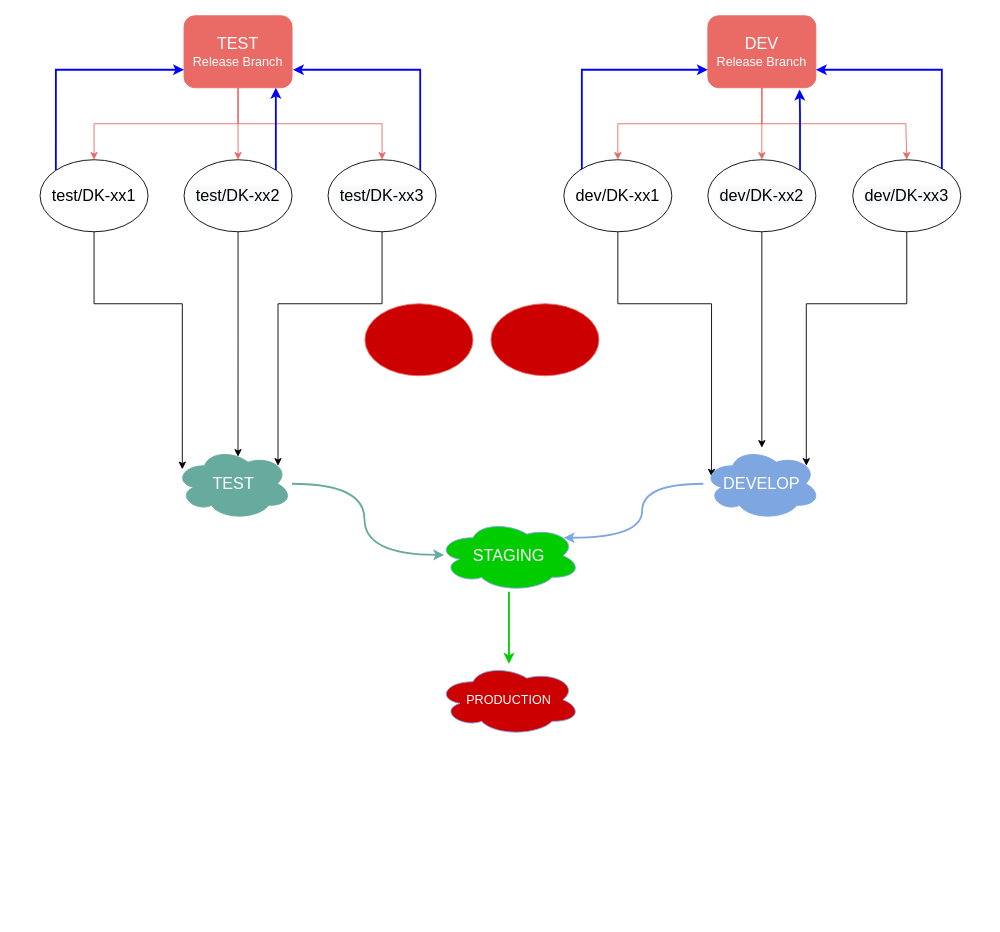
Before: Untitled Diagram.drawio in Yangsou/blogNT, a draw.io diagram. Source tidied: cells renumbered, new cells numbered last; positions are measured from the earlier drawing's top-left corner, leaving out a move shared by most shapes. Both pictures are drawn from the tidied source at 90%, with x=0, y=0 at pixel (40, 15).
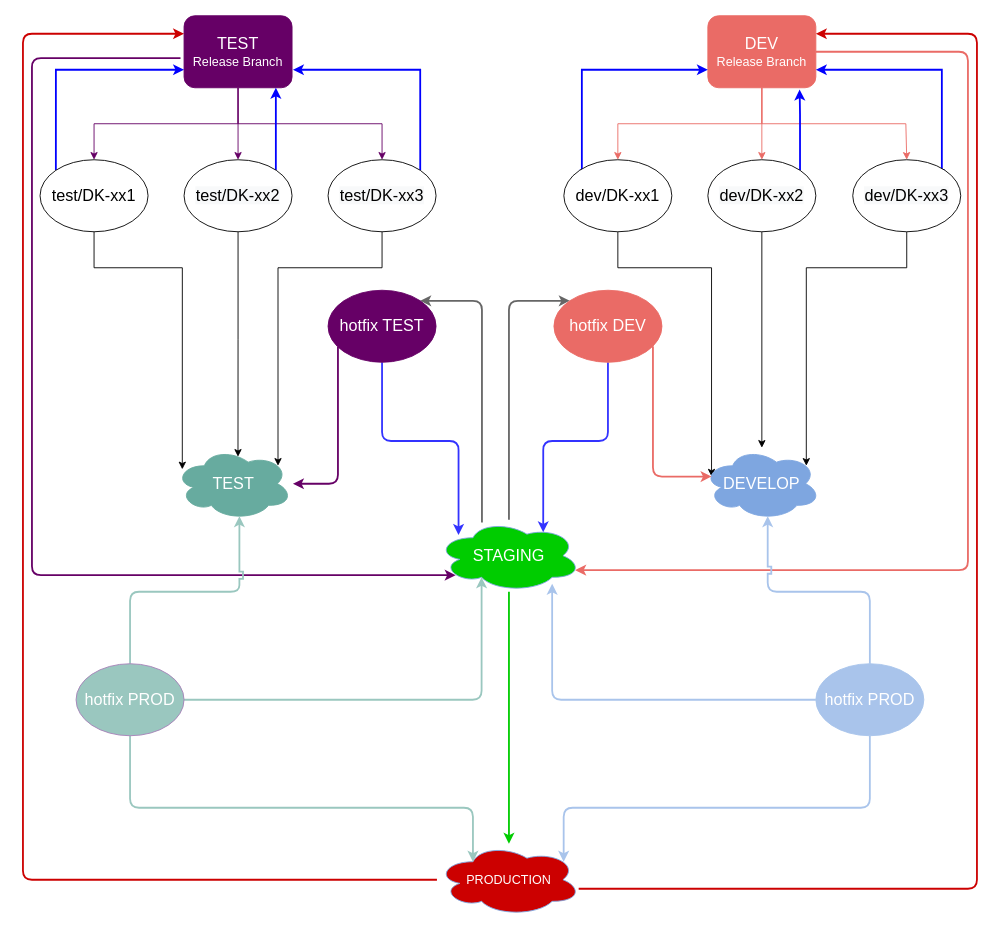
The same diagram, later.

Commit message (it also covers changes not shown here):
Git Flow

The change refers to these unchanged cells:
```xml
<mxCell id="5" value="&lt;font color=&quot;#ffffff&quot;&gt;&lt;span style=&quot;font-size: 18px&quot;&gt;DEV&lt;/span&gt;&lt;br&gt;&lt;font style=&quot;font-size: 14px&quot;&gt;Release Branch&lt;/font&gt;&lt;/font&gt;" style="rounded=1;whiteSpace=wrap;html=1;fillColor=#EA6B66;strokeColor=#EA6B66;" parent="1" vertex="1">
  <mxGeometry x="742" width="120" height="80" as="geometry" />
</mxCell>
<mxCell id="12" value="&lt;font style=&quot;font-size: 18px&quot;&gt;test/DK-xx1&lt;/font&gt;" style="ellipse;whiteSpace=wrap;html=1;" parent="1" vertex="1">
  <mxGeometry y="160" width="120" height="80" as="geometry" />
</mxCell>
<mxCell id="15" value="&lt;span style=&quot;color: rgb(0 , 0 , 0) ; font-family: &amp;#34;helvetica&amp;#34; ; font-size: 18px ; font-style: normal ; font-weight: 400 ; letter-spacing: normal ; text-align: center ; text-indent: 0px ; text-transform: none ; word-spacing: 0px ; background-color: rgb(248 , 249 , 250) ; display: inline ; float: none&quot;&gt;test/DK-xx2&lt;/span&gt;" style="ellipse;whiteSpace=wrap;html=1;" parent="1" vertex="1">
  <mxGeometry x="160" y="160" width="120" height="80" as="geometry" />
</mxCell>
<mxCell id="18" value="&lt;span style=&quot;color: rgb(0 , 0 , 0) ; font-family: &amp;#34;helvetica&amp;#34; ; font-size: 18px ; font-style: normal ; font-weight: 400 ; letter-spacing: normal ; text-align: center ; text-indent: 0px ; text-transform: none ; word-spacing: 0px ; background-color: rgb(248 , 249 , 250) ; display: inline ; float: none&quot;&gt;test/DK-xx3&lt;/span&gt;" style="ellipse;whiteSpace=wrap;html=1;" parent="1" vertex="1">
  <mxGeometry x="320" y="160" width="120" height="80" as="geometry" />
</mxCell>
<mxCell id="21" value="&lt;span style=&quot;color: rgb(0 , 0 , 0) ; font-family: &amp;#34;helvetica&amp;#34; ; font-size: 18px ; font-style: normal ; font-weight: 400 ; letter-spacing: normal ; text-align: center ; text-indent: 0px ; text-transform: none ; word-spacing: 0px ; background-color: rgb(248 , 249 , 250) ; display: inline ; float: none&quot;&gt;dev/DK-xx3&lt;/span&gt;" style="ellipse;whiteSpace=wrap;html=1;" parent="1" vertex="1">
  <mxGeometry x="903" y="160" width="120" height="80" as="geometry" />
</mxCell>
<mxCell id="24" value="&lt;font style=&quot;font-size: 18px&quot;&gt;dev/DK-xx1&lt;/font&gt;" style="ellipse;whiteSpace=wrap;html=1;" parent="1" vertex="1">
  <mxGeometry x="582" y="160" width="120" height="80" as="geometry" />
</mxCell>
<mxCell id="29" value="&lt;font style=&quot;font-size: 18px&quot; color=&quot;#ffffff&quot;&gt;TEST&lt;/font&gt;" style="ellipse;shape=cloud;whiteSpace=wrap;html=1;fillColor=#67AB9F;strokeColor=#67AB9F;" parent="1" vertex="1">
  <mxGeometry x="150" y="480" width="130" height="80" as="geometry" />
</mxCell>
<mxCell id="31" value="&lt;font color=&quot;#ffffff&quot;&gt;&lt;span style=&quot;font-size: 18px&quot;&gt;DEVELOP&lt;/span&gt;&lt;/font&gt;" style="ellipse;shape=cloud;whiteSpace=wrap;html=1;fillColor=#7EA6E0;strokeColor=#7EA6E0;" parent="1" vertex="1">
  <mxGeometry x="737" y="480" width="130" height="80" as="geometry" />
</mxCell>
<mxCell id="33" value="&lt;font style=&quot;font-size: 18px&quot; color=&quot;#ffffff&quot;&gt;STAGING&lt;/font&gt;" style="ellipse;shape=cloud;whiteSpace=wrap;html=1;strokeColor=#7EA6E0;fillColor=#00CC00;" parent="1" vertex="1">
  <mxGeometry x="441" y="560" width="160" height="80" as="geometry" />
</mxCell>
```

Change to the diagram source:
```diff
@@
-    <mxCell id="6" style="edgeStyle=orthogonalEdgeStyle;rounded=0;jettySize=auto;html=1;exitX=0.5;exitY=1;exitDx=0;exitDy=0;entryX=0.5;entryY=0;entryDx=0;entryDy=0;strokeColor=#EA6B66;" parent="1" edge="1" source="9" target="12">
+    <mxCell id="6" style="edgeStyle=orthogonalEdgeStyle;rounded=0;jettySize=auto;html=1;exitX=0.5;exitY=1;exitDx=0;exitDy=0;entryX=0.5;entryY=0;entryDx=0;entryDy=0;strokeColor=#660066;" parent="1" edge="1" source="9" target="12">
       <mxGeometry relative="1" as="geometry" />
     </mxCell>
-    <mxCell id="7" style="edgeStyle=orthogonalEdgeStyle;rounded=0;jettySize=auto;html=1;strokeColor=#EA6B66;" parent="1" edge="1" source="9" target="15">
+    <mxCell id="7" style="edgeStyle=orthogonalEdgeStyle;rounded=0;jettySize=auto;html=1;strokeColor=#660066;" parent="1" edge="1" source="9" target="15">
       <mxGeometry relative="1" as="geometry" />
     </mxCell>
-    <mxCell id="8" style="edgeStyle=orthogonalEdgeStyle;rounded=0;jettySize=auto;html=1;entryX=0.5;entryY=0;entryDx=0;entryDy=0;exitX=0.5;exitY=1;exitDx=0;exitDy=0;strokeColor=#EA6B66;" parent="1" edge="1" source="9" target="18">
+    <mxCell id="8" style="edgeStyle=orthogonalEdgeStyle;rounded=0;jettySize=auto;html=1;entryX=0.5;entryY=0;entryDx=0;entryDy=0;exitX=0.5;exitY=1;exitDx=0;exitDy=0;strokeColor=#660066;" parent="1" edge="1" source="9" target="18">
       <mxGeometry relative="1" as="geometry">
         <Array as="points">
           <mxPoint x="220" y="120" />
           <mxPoint x="380" y="120" />
         </Array>
       </mxGeometry>
     </mxCell>
-    <mxCell id="9" value="&lt;font color=&quot;#ffffff&quot;&gt;&lt;font&gt;&lt;span style=&quot;font-size: 18px&quot;&gt;TEST&lt;br&gt;&lt;/span&gt;&lt;/font&gt;&lt;font style=&quot;font-size: 14px&quot;&gt;Release Branch&lt;/font&gt;&lt;/font&gt;" style="rounded=1;whiteSpace=wrap;html=1;strokeColor=#EA6B66;fillColor=#EA6B66;" parent="1" vertex="1">
+    <mxCell id="9" value="&lt;font color=&quot;#ffffff&quot;&gt;&lt;font&gt;&lt;span style=&quot;font-size: 18px&quot;&gt;TEST&lt;br&gt;&lt;/span&gt;&lt;/font&gt;&lt;font style=&quot;font-size: 14px&quot;&gt;Release Branch&lt;/font&gt;&lt;/font&gt;" style="rounded=1;whiteSpace=wrap;html=1;fillColor=#660066;strokeColor=#660066;" parent="1" vertex="1">
       <mxGeometry x="160" width="120" height="80" as="geometry" />
     </mxCell>
     <mxCell id="10" style="edgeStyle=orthogonalEdgeStyle;rounded=0;jettySize=auto;html=1;entryX=0.062;entryY=0.3;entryDx=0;entryDy=0;entryPerimeter=0;" parent="1" edge="1" source="12" target="29">
       <mxGeometry relative="1" as="geometry">
         <Array as="points">
-          <mxPoint x="60" y="320" />
-          <mxPoint x="158" y="320" />
+          <mxPoint x="60" y="280" />
+          <mxPoint x="158" y="280" />
         </Array>
       </mxGeometry>
     </mxCell>
@@
     <mxCell id="16" style="edgeStyle=orthogonalEdgeStyle;rounded=0;jettySize=auto;html=1;entryX=0.88;entryY=0.25;entryDx=0;entryDy=0;entryPerimeter=0;" parent="1" edge="1" source="18" target="29">
       <mxGeometry relative="1" as="geometry">
         <Array as="points">
-          <mxPoint x="380" y="320" />
-          <mxPoint x="264" y="320" />
+          <mxPoint x="380" y="280" />
+          <mxPoint x="264" y="280" />
         </Array>
       </mxGeometry>
     </mxCell>
@@
     <mxCell id="19" style="edgeStyle=orthogonalEdgeStyle;rounded=0;jettySize=auto;html=1;entryX=0.88;entryY=0.25;entryDx=0;entryDy=0;entryPerimeter=0;" parent="1" edge="1" source="21" target="31">
       <mxGeometry relative="1" as="geometry">
         <Array as="points">
-          <mxPoint x="963" y="320" />
-          <mxPoint x="851" y="320" />
+          <mxPoint x="963" y="280" />
+          <mxPoint x="851" y="280" />
         </Array>
       </mxGeometry>
     </mxCell>
@@
     <mxCell id="22" style="edgeStyle=orthogonalEdgeStyle;rounded=0;jettySize=auto;html=1;entryX=0.07;entryY=0.4;entryDx=0;entryDy=0;entryPerimeter=0;" parent="1" edge="1" source="24" target="31">
       <mxGeometry relative="1" as="geometry">
         <Array as="points">
-          <mxPoint x="642" y="320" />
-          <mxPoint x="746" y="320" />
+          <mxPoint x="642" y="280" />
+          <mxPoint x="746" y="280" />
         </Array>
       </mxGeometry>
     </mxCell>
-    <mxCell id="23" style="edgeStyle=orthogonalEdgeStyle;rounded=0;jettySize=auto;html=1;exitX=0;exitY=0;exitDx=0;exitDy=0;strokeColor=#0000FF;strokeWidth=2;fillColor=#0000CC;" parent="1" edge="1" source="24">
+    <mxCell id="23" style="edgeStyle=orthogonalEdgeStyle;rounded=0;jettySize=auto;html=1;exitX=0;exitY=0;exitDx=0;exitDy=0;strokeColor=#0000FF;strokeWidth=2;fillColor=#0000CC;jumpStyle=sharp;labelBorderColor=none;" parent="1" edge="1" source="24">
       <mxGeometry relative="1" as="geometry">
         <mxPoint x="742" y="60" as="targetPoint" />
         <Array as="points">
           <mxPoint x="602" y="172" />
           <mxPoint x="602" y="60" />
           <mxPoint x="742" y="60" />
         </Array>
       </mxGeometry>
     </mxCell>
@@
-    <mxCell id="28" style="edgeStyle=orthogonalEdgeStyle;curved=1;jettySize=auto;html=1;entryX=0.05;entryY=0.488;entryDx=0;entryDy=0;entryPerimeter=0;strokeWidth=2;fillColor=#0000CC;strokeColor=#67AB9F;" parent="1" edge="1" source="29" target="33">
-      <mxGeometry relative="1" as="geometry" />
+    <mxCell id="28" style="edgeStyle=orthogonalEdgeStyle;jettySize=auto;html=1;entryX=0.13;entryY=0.77;entryDx=0;entryDy=0;entryPerimeter=0;strokeWidth=2;fillColor=#0000CC;exitX=-0.033;exitY=0.588;exitDx=0;exitDy=0;exitPerimeter=0;rounded=1;strokeColor=#660066;" parent="1" edge="1" source="9" target="33">
+      <mxGeometry relative="1" as="geometry">
+        <Array as="points">
+          <mxPoint x="-9" y="47" />
+          <mxPoint x="-9" y="622" />
+        </Array>
+      </mxGeometry>
     </mxCell>
@@
-    <mxCell id="30" style="edgeStyle=orthogonalEdgeStyle;curved=1;jettySize=auto;html=1;entryX=0.88;entryY=0.25;entryDx=0;entryDy=0;entryPerimeter=0;strokeWidth=2;fillColor=#0000CC;strokeColor=#7EA6E0;" parent="1" edge="1" source="31" target="33">
-      <mxGeometry relative="1" as="geometry" />
-    </mxCell>
+    <mxCell id="37" style="edgeStyle=orthogonalEdgeStyle;rounded=1;jumpStyle=sharp;jettySize=auto;html=1;entryX=0.96;entryY=0.7;entryDx=0;entryDy=0;entryPerimeter=0;strokeWidth=2;fillColor=#0000CC;exitX=1;exitY=0.5;exitDx=0;exitDy=0;strokeColor=#EA6B66;" parent="1" edge="1" source="5" target="33">
+      <mxGeometry relative="1" as="geometry">
+        <Array as="points">
+          <mxPoint x="1031" y="40" />
+          <mxPoint x="1031" y="616" />
+        </Array>
+      </mxGeometry>
+    </mxCell>
@@
+    <mxCell id="38" style="edgeStyle=orthogonalEdgeStyle;jettySize=auto;html=1;entryX=0;entryY=0;entryDx=0;entryDy=0;strokeWidth=2;fillColor=#0000CC;strokeColor=#666666;rounded=1;" parent="1" edge="1" source="33" target="35">
+      <mxGeometry relative="1" as="geometry">
+        <Array as="points">
+          <mxPoint x="521" y="317" />
+        </Array>
+      </mxGeometry>
+    </mxCell>
+    <mxCell id="39" style="edgeStyle=orthogonalEdgeStyle;jettySize=auto;html=1;entryX=1;entryY=0;entryDx=0;entryDy=0;strokeWidth=2;fillColor=#0000CC;strokeColor=#666666;rounded=1;" parent="1" edge="1" source="33" target="36">
+      <mxGeometry relative="1" as="geometry">
+        <Array as="points">
+          <mxPoint x="491" y="317" />
+        </Array>
+      </mxGeometry>
+    </mxCell>
@@
+    <mxCell id="40" style="edgeStyle=orthogonalEdgeStyle;rounded=1;jumpStyle=sharp;jettySize=auto;html=1;entryX=1;entryY=0.25;entryDx=0;entryDy=0;strokeWidth=2;fillColor=#0000CC;strokeColor=#CC0000;" parent="1" edge="1" source="34" target="5">
+      <mxGeometry relative="1" as="geometry">
+        <Array as="points">
+          <mxPoint x="1041" y="970" />
+          <mxPoint x="1041" y="20" />
+        </Array>
+      </mxGeometry>
+    </mxCell>
+    <mxCell id="41" style="edgeStyle=orthogonalEdgeStyle;rounded=1;jumpStyle=sharp;jettySize=auto;html=1;strokeWidth=2;fillColor=#0000CC;entryX=0;entryY=0.25;entryDx=0;entryDy=0;strokeColor=#CC0000;" parent="1" edge="1" source="34" target="9">
+      <mxGeometry relative="1" as="geometry">
+        <Array as="points">
+          <mxPoint x="-19" y="960" />
+          <mxPoint x="-19" y="20" />
+        </Array>
+      </mxGeometry>
+    </mxCell>
     <mxCell id="34" value="&lt;font style=&quot;font-size: 14px&quot; color=&quot;#ffffff&quot;&gt;PRODUCTION&lt;/font&gt;" style="ellipse;shape=cloud;whiteSpace=wrap;html=1;strokeColor=#7EA6E0;fillColor=#CC0000;" parent="1" vertex="1">
-      <mxGeometry x="441" y="720" width="160" height="80" as="geometry" />
+      <mxGeometry x="441" y="920" width="160" height="80" as="geometry" />
     </mxCell>
+    <mxCell id="42" style="edgeStyle=orthogonalEdgeStyle;jumpStyle=sharp;jettySize=auto;html=1;entryX=0.07;entryY=0.4;entryDx=0;entryDy=0;entryPerimeter=0;strokeWidth=2;fillColor=#0000CC;strokeColor=#EA6B66;rounded=1;" parent="1" edge="1" source="35" target="31">
+      <mxGeometry relative="1" as="geometry">
+        <Array as="points">
+          <mxPoint x="681" y="512" />
+        </Array>
+      </mxGeometry>
+    </mxCell>
+    <mxCell id="43" style="edgeStyle=orthogonalEdgeStyle;jumpStyle=sharp;jettySize=auto;html=1;exitX=0.5;exitY=1;exitDx=0;exitDy=0;entryX=0.738;entryY=0.175;entryDx=0;entryDy=0;entryPerimeter=0;strokeWidth=2;fillColor=#0000CC;strokeColor=#3333FF;rounded=1;" parent="1" edge="1" source="35" target="33">
+      <mxGeometry relative="1" as="geometry" />
+    </mxCell>
-    <mxCell id="35" style="ellipse;whiteSpace=wrap;html=1;strokeColor=#EA6B66;fillColor=#CC0000;" parent="1" vertex="1">
-      <mxGeometry x="501" y="320" width="120" height="80" as="geometry" />
+    <mxCell id="35" value="&lt;font style=&quot;font-size: 18px&quot; color=&quot;#ffffff&quot;&gt;hotfix DEV&lt;br&gt;&lt;/font&gt;" style="ellipse;whiteSpace=wrap;html=1;strokeColor=#EA6B66;fillColor=#EA6B66;" parent="1" vertex="1">
+      <mxGeometry x="571" y="305" width="120" height="80" as="geometry" />
     </mxCell>
+    <mxCell id="44" style="edgeStyle=orthogonalEdgeStyle;jumpStyle=sharp;jettySize=auto;html=1;strokeWidth=2;fillColor=#0000CC;strokeColor=#660066;rounded=1;" parent="1" edge="1" source="36">
+      <mxGeometry relative="1" as="geometry">
+        <mxPoint x="281" y="520" as="targetPoint" />
+        <Array as="points">
+          <mxPoint x="331" y="520" />
+        </Array>
+      </mxGeometry>
+    </mxCell>
+    <mxCell id="45" style="edgeStyle=orthogonalEdgeStyle;jumpStyle=sharp;jettySize=auto;html=1;entryX=0.15;entryY=0.213;entryDx=0;entryDy=0;entryPerimeter=0;strokeColor=#3333FF;strokeWidth=2;fillColor=#0000CC;rounded=1;exitX=0.5;exitY=1;exitDx=0;exitDy=0;" parent="1" edge="1" source="36" target="33">
+      <mxGeometry relative="1" as="geometry" />
+    </mxCell>
-    <mxCell id="36" style="ellipse;whiteSpace=wrap;html=1;strokeColor=#EA6B66;fillColor=#CC0000;" parent="1" vertex="1">
-      <mxGeometry x="361" y="320" width="120" height="80" as="geometry" />
+    <mxCell id="36" value="&lt;span style=&quot;color: rgb(255 , 255 , 255) ; font-family: &amp;#34;helvetica&amp;#34; ; font-size: 18px ; font-style: normal ; font-weight: 400 ; letter-spacing: normal ; text-align: center ; text-indent: 0px ; text-transform: none ; word-spacing: 0px ; display: inline ; float: none&quot;&gt;hotfix TEST&lt;/span&gt;" style="ellipse;whiteSpace=wrap;html=1;fillColor=#660066;strokeColor=#660066;" parent="1" vertex="1">
+      <mxGeometry x="320" y="305" width="120" height="80" as="geometry" />
     </mxCell>
+    <mxCell id="46" style="edgeStyle=orthogonalEdgeStyle;rounded=1;jumpStyle=sharp;jettySize=auto;html=1;entryX=0.55;entryY=0.95;entryDx=0;entryDy=0;entryPerimeter=0;strokeWidth=2;fillColor=#0000CC;strokeColor=#9AC7BF;" parent="1" edge="1" source="49" target="29">
+      <mxGeometry relative="1" as="geometry" />
+    </mxCell>
+    <mxCell id="47" style="edgeStyle=orthogonalEdgeStyle;rounded=1;jumpStyle=sharp;jettySize=auto;html=1;entryX=0.31;entryY=0.8;entryDx=0;entryDy=0;entryPerimeter=0;strokeWidth=2;fillColor=#0000CC;strokeColor=#9AC7BF;" parent="1" edge="1" source="49" target="33">
+      <mxGeometry relative="1" as="geometry" />
+    </mxCell>
+    <mxCell id="48" style="edgeStyle=orthogonalEdgeStyle;rounded=1;jumpStyle=sharp;jettySize=auto;html=1;entryX=0.25;entryY=0.25;entryDx=0;entryDy=0;entryPerimeter=0;strokeWidth=2;fillColor=#0000CC;strokeColor=#9AC7BF;" parent="1" edge="1" source="49" target="34">
+      <mxGeometry relative="1" as="geometry">
+        <Array as="points">
+          <mxPoint x="100" y="880" />
+          <mxPoint x="481" y="880" />
+        </Array>
+      </mxGeometry>
+    </mxCell>
+    <mxCell id="49" value="&lt;font style=&quot;font-size: 18px&quot; color=&quot;#ffffff&quot;&gt;hotfix PROD&lt;/font&gt;" style="ellipse;whiteSpace=wrap;html=1;strokeColor=#A680B8;fillColor=#9AC7BF;" parent="1" vertex="1">
+      <mxGeometry x="40" y="720" width="120" height="80" as="geometry" />
+    </mxCell>
+    <mxCell id="50" style="edgeStyle=orthogonalEdgeStyle;rounded=1;jumpStyle=sharp;jettySize=auto;html=1;entryX=0.55;entryY=0.95;entryDx=0;entryDy=0;entryPerimeter=0;strokeWidth=2;fillColor=#0000CC;strokeColor=#A9C4EB;" parent="1" edge="1" source="53" target="31">
+      <mxGeometry relative="1" as="geometry" />
+    </mxCell>
+    <mxCell id="51" style="edgeStyle=orthogonalEdgeStyle;rounded=1;jumpStyle=sharp;jettySize=auto;html=1;entryX=0.8;entryY=0.888;entryDx=0;entryDy=0;entryPerimeter=0;strokeColor=#A9C4EB;strokeWidth=2;fillColor=#0000CC;" parent="1" edge="1" source="53" target="33">
+      <mxGeometry relative="1" as="geometry" />
+    </mxCell>
+    <mxCell id="52" style="edgeStyle=orthogonalEdgeStyle;rounded=1;jumpStyle=sharp;jettySize=auto;html=1;entryX=0.88;entryY=0.25;entryDx=0;entryDy=0;entryPerimeter=0;strokeColor=#A9C4EB;strokeWidth=2;fillColor=#0000CC;" parent="1" edge="1" source="53" target="34">
+      <mxGeometry relative="1" as="geometry">
+        <Array as="points">
+          <mxPoint x="922" y="880" />
+          <mxPoint x="582" y="880" />
+        </Array>
+      </mxGeometry>
+    </mxCell>
+    <mxCell id="53" value="&lt;span style=&quot;color: rgb(255 , 255 , 255) ; font-size: 18px&quot;&gt;hotfix PROD&lt;/span&gt;" style="ellipse;whiteSpace=wrap;html=1;strokeColor=#A9C4EB;fillColor=#A9C4EB;" parent="1" vertex="1">
+      <mxGeometry x="862" y="720" width="120" height="80" as="geometry" />
+    </mxCell>
```
